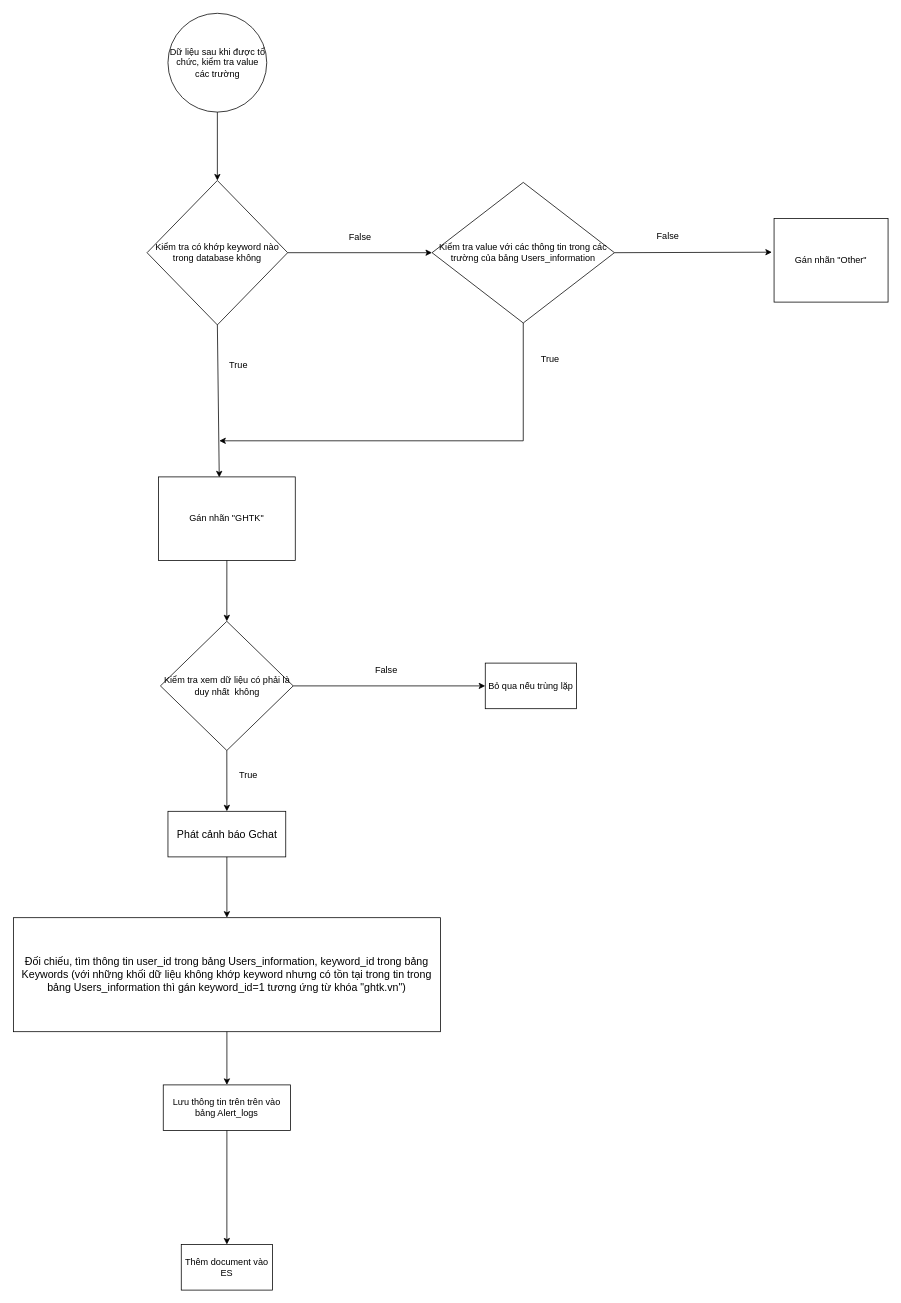
Above: biểu đồ hoạt động.drawio in tung23102000/test-ssh (draw.io), before the change. Source tidied: cells renumbered, new cells numbered last; positions are measured from the earlier drawing's top-left corner, leaving out a move shared by most shapes. Both pictures are drawn from the tidied source at 76%, with x=0, y=0 at pixel (13, 13).
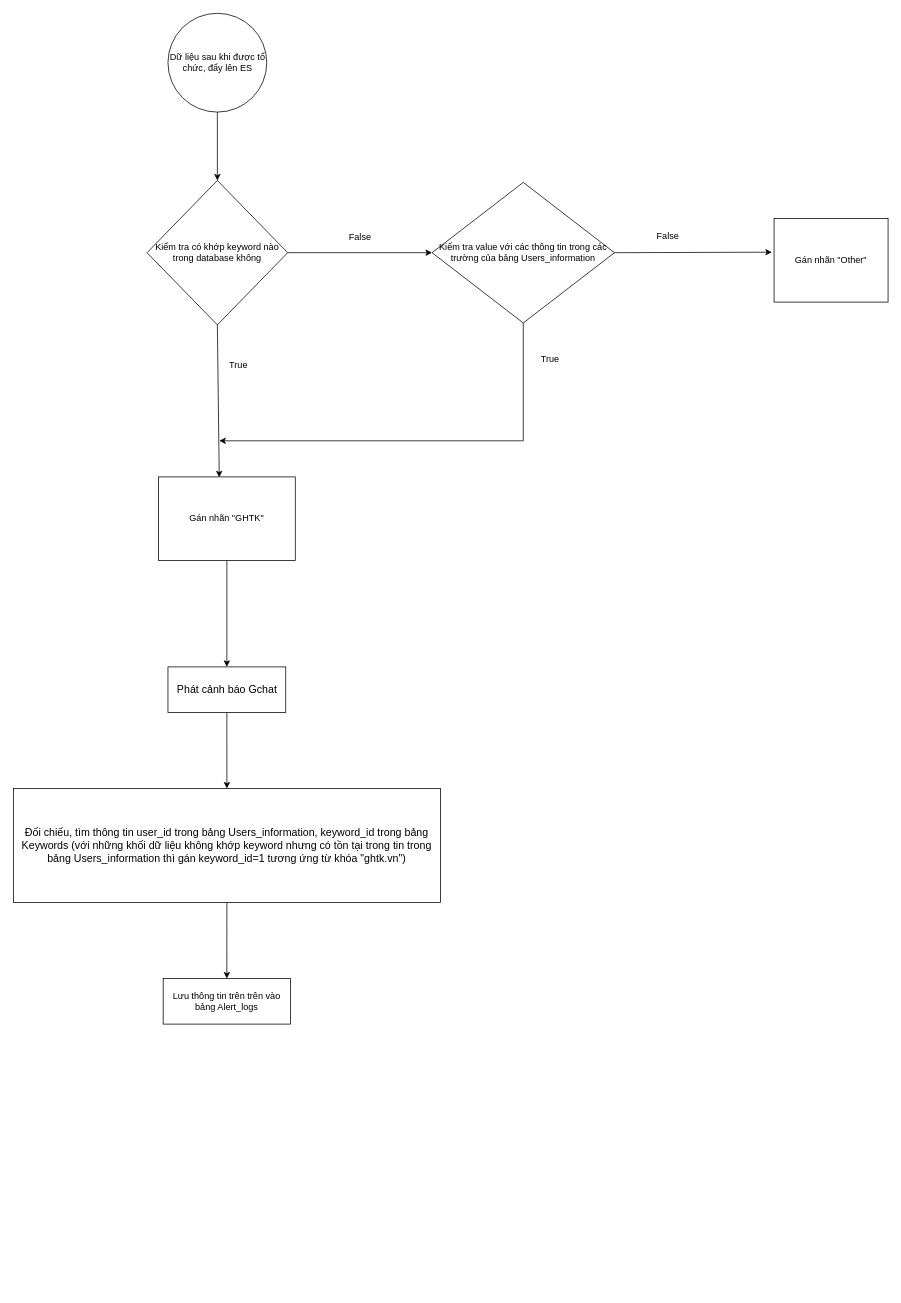
Above is the later version.

Commit message:
Cập nhật biểu đồ hoạt động.drawio

The change refers to these unchanged cells:
```xml
<mxCell id="16" value="Gán nhãn &quot;GHTK&quot;" style="rounded=0;whiteSpace=wrap;html=1;" parent="1" vertex="1">
  <mxGeometry x="191" y="610" width="180" height="110" as="geometry" />
</mxCell>
```

The edit, as a diff of the source:
```diff
@@
-    <mxCell id="2" value="Dữ liệu sau khi được tổ chức, kiểm tra value các trường" style="ellipse;whiteSpace=wrap;html=1;" parent="1" vertex="1">
+    <mxCell id="2" value="Dữ liệu sau khi được tổ chức, đẩy lên ES" style="ellipse;whiteSpace=wrap;html=1;" parent="1" vertex="1">
       <mxGeometry x="203.5" width="130" height="130" as="geometry" />
     </mxCell>
@@
     <mxCell id="5" value="&lt;font style=&quot;font-size: 14px;&quot;&gt;Đối chiếu, tìm thông tin user_id trong bảng Users_information, keyword_id trong bảng Keywords (với những khối dữ liệu không khớp keyword nhưng có tồn tại trong tin trong bảng Users_information thì gán keyword_id=1 tương ứng từ khóa &quot;ghtk.vn&quot;)&lt;/font&gt;" style="rounded=0;whiteSpace=wrap;html=1;" parent="1" vertex="1">
-      <mxGeometry x="0.1" y="1190" width="561.9" height="150" as="geometry" />
+      <mxGeometry x="0.1" y="1020" width="561.9" height="150" as="geometry" />
     </mxCell>
     <mxCell id="6" value="Lưu thông tin trên trên vào bảng Alert_logs" style="rounded=0;whiteSpace=wrap;html=1;" parent="1" vertex="1">
-      <mxGeometry x="197.3" y="1410" width="167.5" height="60" as="geometry" />
+      <mxGeometry x="197.2" y="1270" width="167.5" height="60" as="geometry" />
     </mxCell>
@@
     <mxCell id="8" value="&lt;font style=&quot;font-size: 14px;&quot;&gt;Phát cảnh báo Gchat&lt;/font&gt;" style="rounded=0;whiteSpace=wrap;html=1;" parent="1" vertex="1">
-      <mxGeometry x="203.5" y="1050" width="155" height="60" as="geometry" />
+      <mxGeometry x="203.5" y="860" width="155" height="60" as="geometry" />
     </mxCell>
@@
-    <mxCell id="21" value="Kiểm tra xem dữ liệu có phải là duy nhất&amp;nbsp; không" style="rhombus;whiteSpace=wrap;html=1;" parent="1" vertex="1">
-      <mxGeometry x="193.6" y="800" width="174.7" height="170" as="geometry" />
-    </mxCell>
-    <mxCell id="22" value="Bỏ qua nếu trùng lặp" style="rounded=0;whiteSpace=wrap;html=1;" parent="1" vertex="1">
-      <mxGeometry x="621" y="855" width="120" height="60" as="geometry" />
-    </mxCell>
-    <mxCell id="23" value="Thêm document vào ES" style="rounded=0;whiteSpace=wrap;html=1;" parent="1" vertex="1">
-      <mxGeometry x="221" y="1620" width="120" height="60" as="geometry" />
-    </mxCell>
-    <mxCell id="24" value="False" style="text;html=1;strokeColor=none;fillColor=none;align=center;verticalAlign=middle;whiteSpace=wrap;rounded=0;" parent="1" vertex="1">
-      <mxGeometry x="461" y="850" width="60" height="30" as="geometry" />
-    </mxCell>
-    <mxCell id="25" style="endArrow=classic;html=1;rounded=0;entryX=0;entryY=0.5;entryDx=0;entryDy=0;exitX=1;exitY=0.5;exitDx=0;exitDy=0;" parent="1" edge="1" source="21" target="22">
-      <mxGeometry relative="1" as="geometry" />
-    </mxCell>
-    <mxCell id="26" style="endArrow=classic;html=1;rounded=0;exitX=0.5;exitY=1;exitDx=0;exitDy=0;entryX=0.5;entryY=0;entryDx=0;entryDy=0;" parent="1" edge="1" source="21" target="8">
-      <mxGeometry relative="1" as="geometry" />
-    </mxCell>
-    <mxCell id="27" style="endArrow=classic;html=1;rounded=0;exitX=0.5;exitY=1;exitDx=0;exitDy=0;entryX=0.5;entryY=0;entryDx=0;entryDy=0;" parent="1" edge="1" source="16" target="21">
+    <mxCell id="27" style="endArrow=classic;html=1;rounded=0;exitX=0.5;exitY=1;exitDx=0;exitDy=0;entryX=0.5;entryY=0;entryDx=0;entryDy=0;" parent="1" edge="1" source="16" target="8">
       <mxGeometry relative="1" as="geometry" />
     </mxCell>
-    <mxCell id="28" value="True" style="text;html=1;align=center;verticalAlign=middle;strokeColor=none;fillColor=none;" parent="1" vertex="1">
-      <mxGeometry x="283.5" y="988" width="50" height="30" as="geometry" />
-    </mxCell>
-    <mxCell id="29" style="endArrow=classic;html=1;rounded=0;exitX=0.5;exitY=1;exitDx=0;exitDy=0;entryX=0.5;entryY=0;entryDx=0;entryDy=0;" parent="1" edge="1" source="6" target="23">
-      <mxGeometry relative="1" as="geometry" />
-    </mxCell>
```
